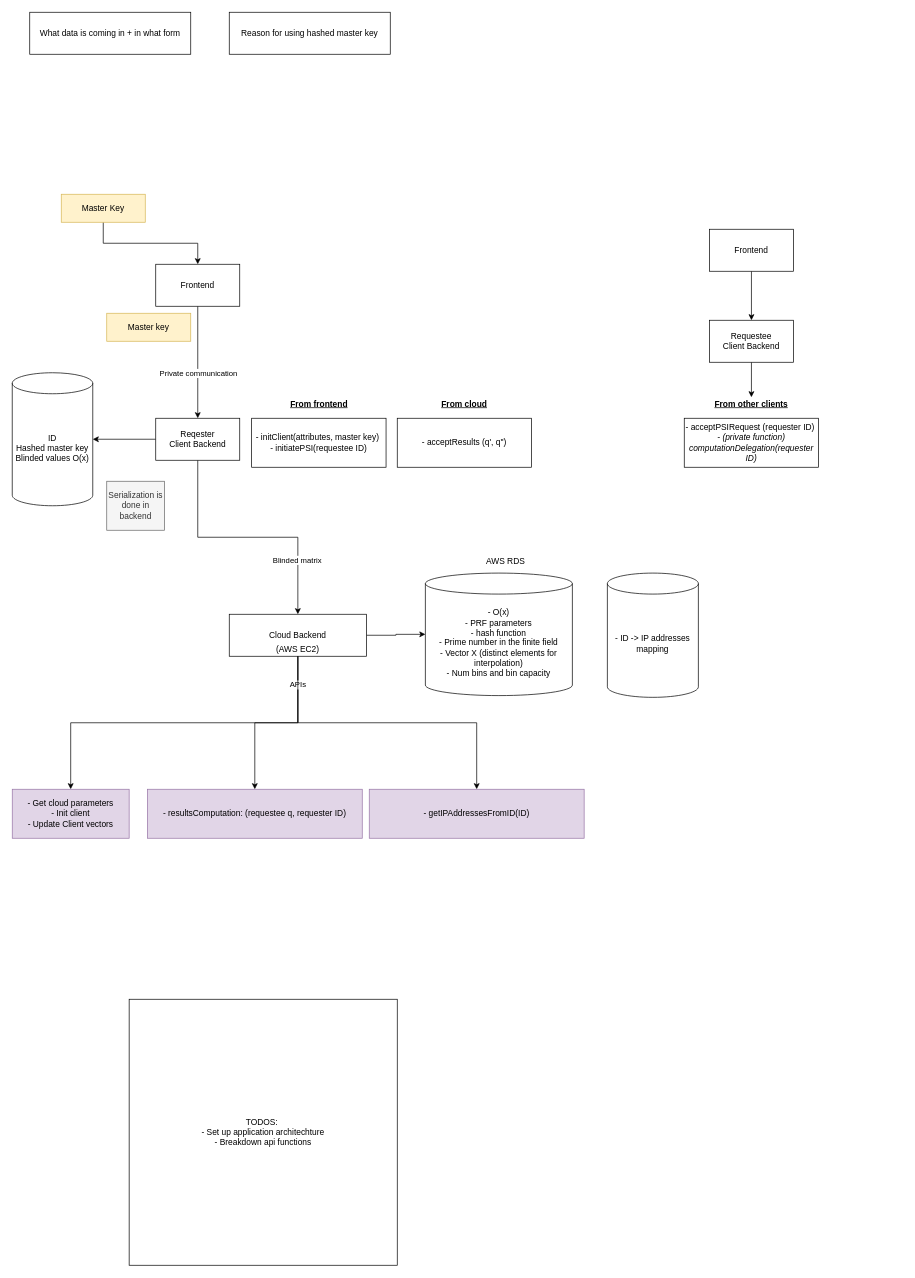
This is Architechture.drawio from vincentwong2188/Improved-EOPSI, a draw.io file, before an edit. Source tidied: cells renumbered, new cells numbered last; positions are measured from the earlier drawing's top-left corner, leaving out a move shared by most shapes. Both pictures are drawn from the tidied source at 70%, with x=0, y=0 at pixel (12, 12).
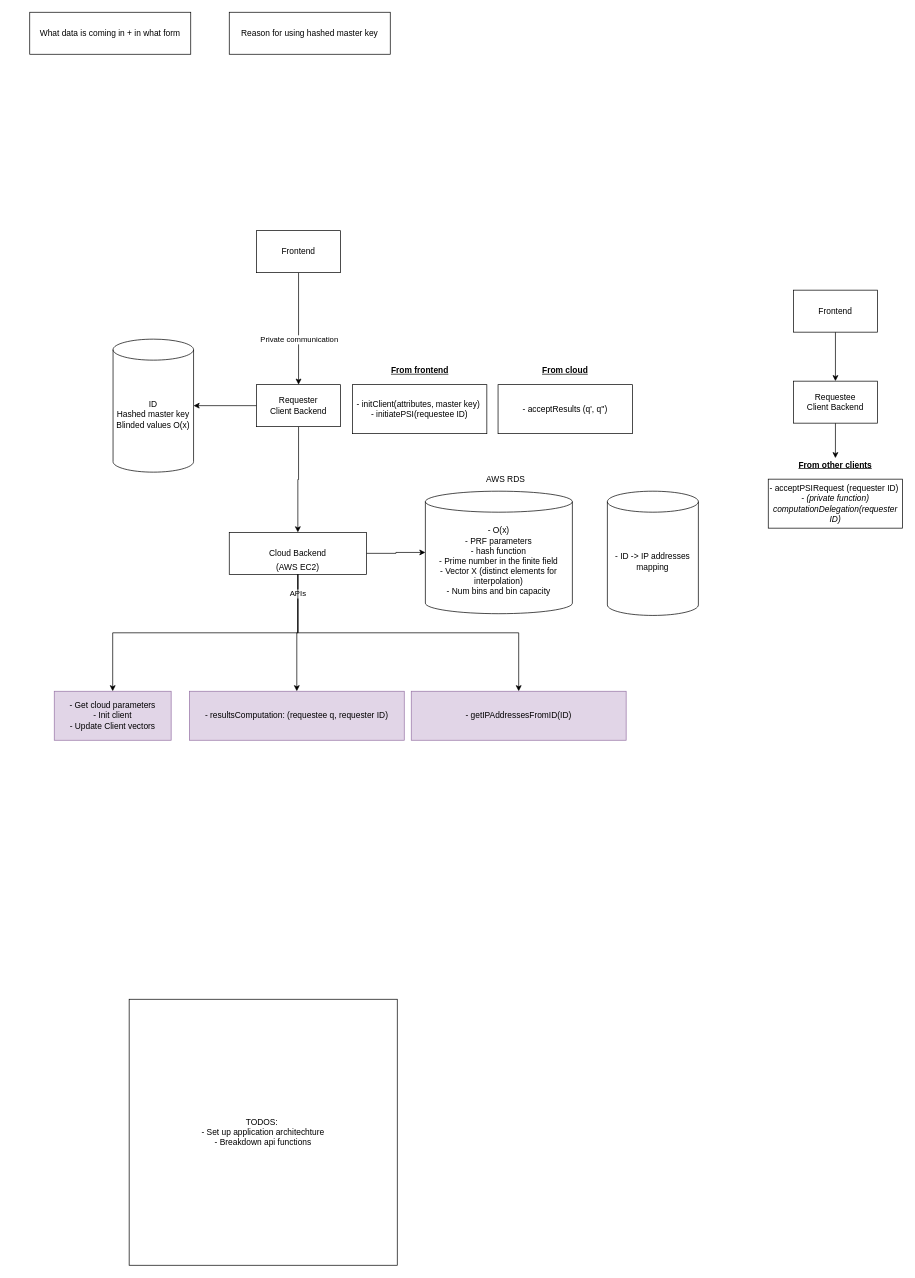
The same diagram, later.

Unchanged cells that the change refers to:
```xml
<mxCell id="14" style="edgeStyle=orthogonalEdgeStyle;rounded=0;jettySize=auto;html=1;exitX=0.5;exitY=1;exitDx=0;exitDy=0;" parent="1" edge="1" source="17" target="8">
  <mxGeometry relative="1" as="geometry" />
</mxCell>
```

Change to the diagram source:
```diff
@@
-    <mxCell id="3" value="Serialization is done in backend" style="rounded=0;whiteSpace=wrap;html=1;fillColor=#f5f5f5;strokeColor=#666666;fontColor=#333333;" parent="1" vertex="1">
-      <mxGeometry x="135" y="670" width="82.5" height="70" as="geometry" />
-    </mxCell>
@@
     <mxCell id="6" value="Frontend" style="rounded=0;whiteSpace=wrap;html=1;" parent="1" vertex="1">
-      <mxGeometry x="205" y="360" width="120" height="60" as="geometry" />
+      <mxGeometry x="349" y="312" width="120" height="60" as="geometry" />
     </mxCell>
@@
     <mxCell id="8" value="Cloud Backend" style="rounded=0;whiteSpace=wrap;html=1;" parent="1" vertex="1">
-      <mxGeometry x="310" y="860" width="196" height="60" as="geometry" />
+      <mxGeometry x="310" y="743" width="196" height="60" as="geometry" />
     </mxCell>
@@
     <mxCell id="13" value="(AWS EC2)" style="text;html=1;strokeColor=none;fillColor=none;align=center;verticalAlign=middle;whiteSpace=wrap;rounded=0;" parent="1" vertex="1">
-      <mxGeometry x="363" y="900" width="90" height="20" as="geometry" />
+      <mxGeometry x="363" y="783" width="90" height="20" as="geometry" />
     </mxCell>
@@
-    <mxCell id="15" value="Blinded matrix" style="edgeLabel;html=1;align=center;verticalAlign=middle;" parent="14" vertex="1">
-      <mxGeometry x="-0.4" y="-2" relative="1" as="geometry">
-        <mxPoint x="143" y="33" as="offset" />
-      </mxGeometry>
-    </mxCell>
@@
-    <mxCell id="17" value="Reqester&lt;br&gt;Client Backend" style="rounded=0;whiteSpace=wrap;html=1;" parent="1" vertex="1">
-      <mxGeometry x="205" y="580" width="120" height="60" as="geometry" />
+    <mxCell id="17" value="Requester&lt;br&gt;Client Backend" style="rounded=0;whiteSpace=wrap;html=1;" parent="1" vertex="1">
+      <mxGeometry x="349" y="532" width="120" height="60" as="geometry" />
     </mxCell>
-    <mxCell id="18" value="Master key" style="rounded=0;whiteSpace=wrap;html=1;fillColor=#fff2cc;strokeColor=#d6b656;" parent="1" vertex="1">
-      <mxGeometry x="135" y="430" width="120" height="40" as="geometry" />
-    </mxCell>
     <mxCell id="19" value="ID&lt;br&gt;Hashed master key&lt;br&gt;Blinded values O(x)" style="shape=cylinder3;whiteSpace=wrap;html=1;boundedLbl=1;backgroundOutline=1;size=15;" parent="1" vertex="1">
-      <mxGeometry y="515" width="115" height="190" as="geometry" />
+      <mxGeometry x="144" y="467" width="115" height="190" as="geometry" />
     </mxCell>
-    <mxCell id="20" style="edgeStyle=orthogonalEdgeStyle;rounded=0;jettySize=auto;html=1;exitX=0.5;exitY=1;exitDx=0;exitDy=0;" parent="1" edge="1" source="21" target="6">
-      <mxGeometry relative="1" as="geometry" />
-    </mxCell>
-    <mxCell id="21" value="Master Key" style="rounded=0;whiteSpace=wrap;html=1;fillColor=#fff2cc;strokeColor=#d6b656;" parent="1" vertex="1">
-      <mxGeometry x="70" y="260" width="120" height="40" as="geometry" />
-    </mxCell>
     <mxCell id="22" value="- O(x)&lt;br&gt;- PRF parameters&lt;br&gt;- hash function&lt;br&gt;- Prime number in the finite field&lt;br&gt;- Vector X (distinct elements for interpolation)&lt;br&gt;- Num bins and bin capacity" style="shape=cylinder3;whiteSpace=wrap;html=1;boundedLbl=1;backgroundOutline=1;size=15;" parent="1" vertex="1">
-      <mxGeometry x="590.2" y="801.2" width="210" height="175" as="geometry" />
+      <mxGeometry x="590.2" y="684.2" width="210" height="175" as="geometry" />
     </mxCell>
@@
     <mxCell id="24" value="- Get cloud parameters&lt;br&gt;- Init client&lt;br&gt;- Update Client vectors" style="rounded=0;whiteSpace=wrap;html=1;fillColor=#e1d5e7;strokeColor=#9673a6;" parent="1" vertex="1">
-      <mxGeometry y="1110" width="167" height="70" as="geometry" />
+      <mxGeometry x="60" y="970" width="167" height="70" as="geometry" />
     </mxCell>
     <mxCell id="25" value="- resultsComputation: (requestee q, requester ID)" style="rounded=0;whiteSpace=wrap;html=1;fillColor=#e1d5e7;strokeColor=#9673a6;" parent="1" vertex="1">
-      <mxGeometry x="193" y="1110" width="307" height="70" as="geometry" />
+      <mxGeometry x="253" y="970" width="307" height="70" as="geometry" />
     </mxCell>
     <mxCell id="26" value="- initClient(attributes, master key)&amp;nbsp;&lt;br&gt;- initiatePSI(requestee ID)" style="rounded=0;whiteSpace=wrap;html=1;" parent="1" vertex="1">
-      <mxGeometry x="342" y="580" width="192" height="70" as="geometry" />
+      <mxGeometry x="486" y="532" width="192" height="70" as="geometry" />
     </mxCell>
     <mxCell id="27" value="&lt;b&gt;&lt;u&gt;From frontend&lt;/u&gt;&lt;/b&gt;" style="text;html=1;strokeColor=none;fillColor=none;align=center;verticalAlign=middle;whiteSpace=wrap;rounded=0;" parent="1" vertex="1">
-      <mxGeometry x="390.5" y="550" width="95" height="20" as="geometry" />
+      <mxGeometry x="534.5" y="502" width="95" height="20" as="geometry" />
     </mxCell>
     <mxCell id="28" value="- acceptPSIRequest (requester ID)&amp;nbsp;&lt;br&gt;&lt;i&gt;- (private function) computationDelegation(requester ID)&lt;/i&gt;" style="rounded=0;whiteSpace=wrap;html=1;" parent="1" vertex="1">
-      <mxGeometry x="960" y="580" width="192" height="70" as="geometry" />
+      <mxGeometry x="1080" y="667" width="192" height="70" as="geometry" />
     </mxCell>
     <mxCell id="29" value="&lt;b&gt;&lt;u&gt;From other clients&lt;/u&gt;&lt;/b&gt;" style="text;html=1;strokeColor=none;fillColor=none;align=center;verticalAlign=middle;whiteSpace=wrap;rounded=0;" parent="1" vertex="1">
-      <mxGeometry x="980.2" y="550" width="151.5" height="20" as="geometry" />
+      <mxGeometry x="1100.2" y="637" width="151.5" height="20" as="geometry" />
     </mxCell>
     <mxCell id="30" value="- acceptResults (q', q'')" style="rounded=0;whiteSpace=wrap;html=1;" parent="1" vertex="1">
-      <mxGeometry x="550" y="580" width="192" height="70" as="geometry" />
+      <mxGeometry x="694" y="532" width="192" height="70" as="geometry" />
     </mxCell>
     <mxCell id="31" value="&lt;b&gt;&lt;u&gt;From cloud&lt;/u&gt;&lt;/b&gt;" style="text;html=1;strokeColor=none;fillColor=none;align=center;verticalAlign=middle;whiteSpace=wrap;rounded=0;" parent="1" vertex="1">
-      <mxGeometry x="570.2" y="550" width="151.5" height="20" as="geometry" />
+      <mxGeometry x="714.2" y="502" width="151.5" height="20" as="geometry" />
     </mxCell>
@@
     <mxCell id="33" value="Requestee&lt;br&gt;Client Backend" style="rounded=0;whiteSpace=wrap;html=1;" parent="1" vertex="1">
-      <mxGeometry x="996" y="440" width="120" height="60" as="geometry" />
+      <mxGeometry x="1116" y="527" width="120" height="60" as="geometry" />
     </mxCell>
     <mxCell id="34" value="- ID -&amp;gt; IP addresses mapping" style="shape=cylinder3;whiteSpace=wrap;html=1;boundedLbl=1;backgroundOutline=1;size=15;" parent="1" vertex="1">
-      <mxGeometry x="850.2" y="801.2" width="130" height="177.5" as="geometry" />
+      <mxGeometry x="850.2" y="684.2" width="130" height="177.5" as="geometry" />
     </mxCell>
     <mxCell id="35" value="- getIPAddressesFromID(ID)" style="rounded=0;whiteSpace=wrap;html=1;fillColor=#e1d5e7;strokeColor=#9673a6;" parent="1" vertex="1">
-      <mxGeometry x="510" y="1110" width="307" height="70" as="geometry" />
+      <mxGeometry x="570" y="970" width="307" height="70" as="geometry" />
     </mxCell>
@@
     <mxCell id="37" value="Frontend" style="rounded=0;whiteSpace=wrap;html=1;" parent="1" vertex="1">
-      <mxGeometry x="996" y="310" width="120" height="60" as="geometry" />
+      <mxGeometry x="1116" y="397" width="120" height="60" as="geometry" />
     </mxCell>
@@
     <mxCell id="39" value="AWS RDS" style="text;html=1;strokeColor=none;fillColor=none;align=center;verticalAlign=middle;whiteSpace=wrap;rounded=0;" parent="1" vertex="1">
-      <mxGeometry x="640.2" y="774" width="130" height="20" as="geometry" />
+      <mxGeometry x="640.2" y="657" width="130" height="20" as="geometry" />
     </mxCell>
```
